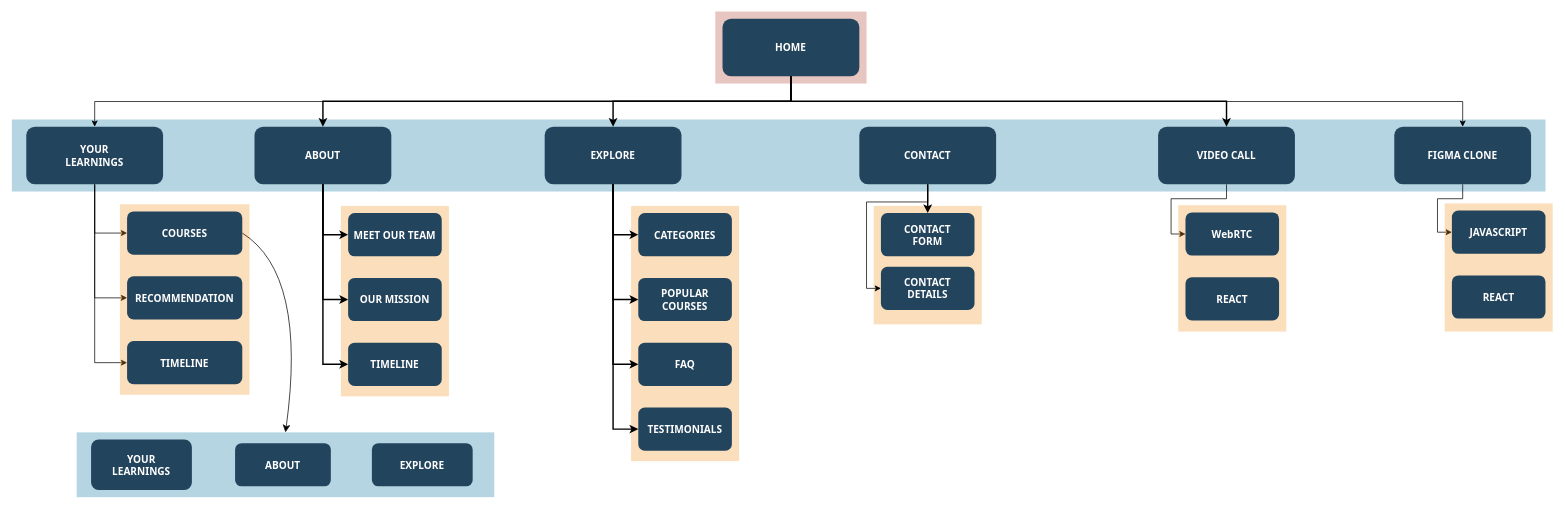
This is Sitemap.drawio from ayush-ranjan07/DynamiX, a draw.io file, before an edit. Source tidied: cells renumbered, new cells numbered last; positions are measured from the earlier drawing's top-left corner, leaving out a move shared by most shapes. Both pictures are drawn from the tidied source at 72%, with x=0, y=0 at pixel (12, 12).
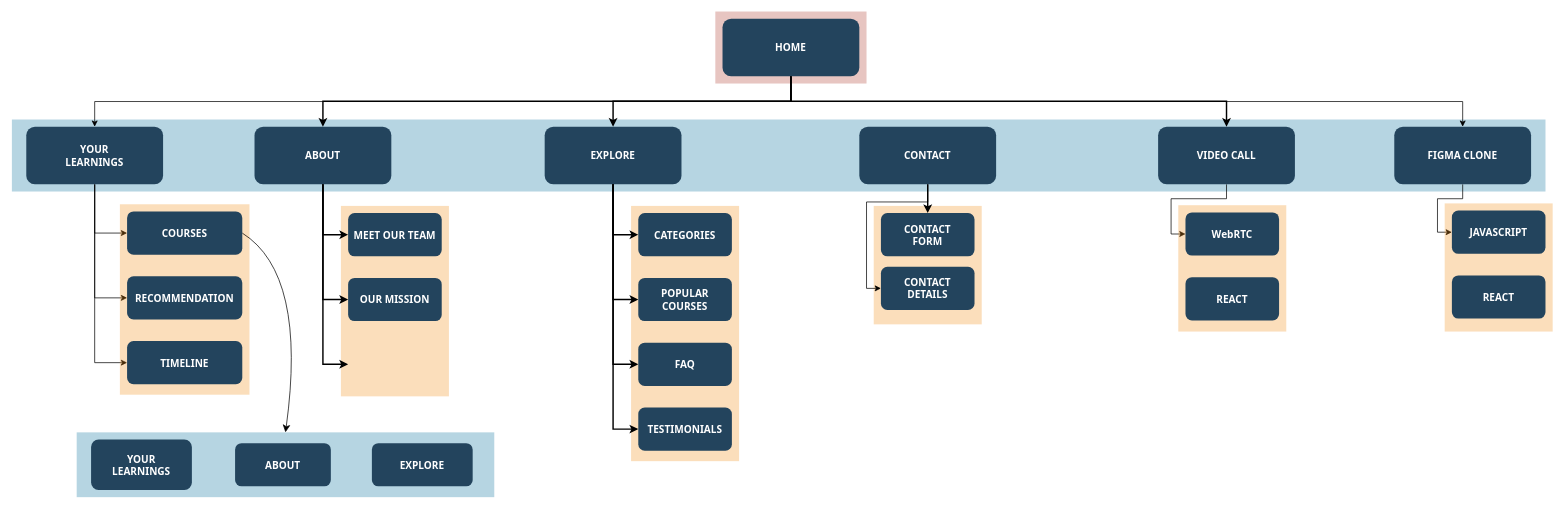
The same diagram, later.

Unchanged cells that the change refers to:
```xml
<mxCell id="14" value="ABOUT" style="rounded=1;fillColor=#23445D;gradientColor=none;strokeColor=none;fontColor=#FFFFFF;fontStyle=1;fontFamily=Tahoma;fontSize=14;" parent="1" vertex="1">
  <mxGeometry x="337" y="159.5" width="190" height="80" as="geometry" />
</mxCell>
```

Change to the diagram source:
```diff
@@
-    <mxCell id="17" value="TIMELINE" style="rounded=1;fillColor=#23445D;gradientColor=none;strokeColor=none;fontColor=#FFFFFF;fontStyle=1;fontFamily=Tahoma;fontSize=14;" parent="1" vertex="1">
-      <mxGeometry x="467" y="459.5" width="130" height="60" as="geometry" />
-    </mxCell>
@@
-    <mxCell id="23" style="edgeStyle=elbowEdgeStyle;elbow=horizontal;strokeWidth=2;rounded=0;" parent="1" edge="1" source="14" target="17">
+    <mxCell id="23" style="edgeStyle=elbowEdgeStyle;elbow=horizontal;strokeWidth=2;rounded=0;" parent="1" edge="1" source="14">
       <mxGeometry x="-23" y="135.5" as="geometry">
+        <mxPoint x="467" y="489.5" as="targetPoint" />
         <Array as="points">
           <mxPoint x="432" y="349.5" />
         </Array>
       </mxGeometry>
     </mxCell>
```
